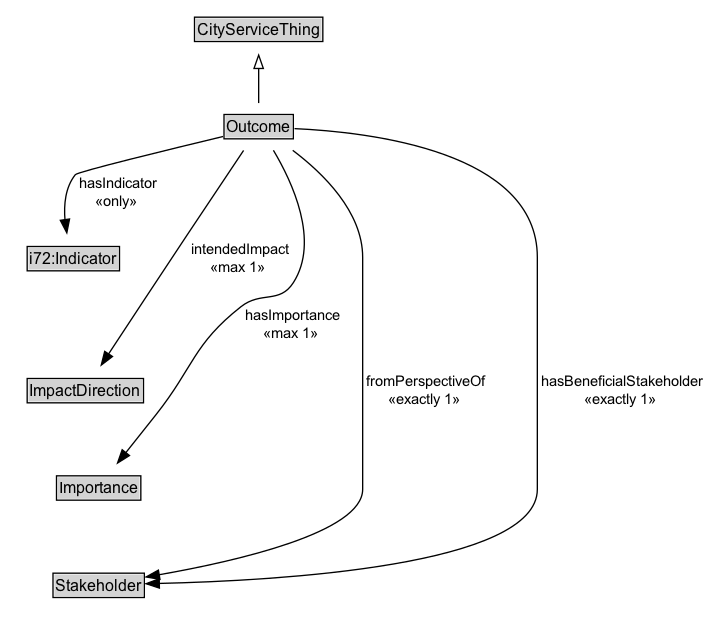
The Graphviz diagram docs/diagrams/Outcome.dot.png in ISO-TC204/ontology-cdm-p2-v1, before a commit. Its source is kept beside it as docs/diagrams/Outcome.dot. Its diagram source:
```dot
digraph {
	graph [overlap=false rankdir=TB splines=true]
	node [fontname=Arial fontsize=12 margin=0 shape=none]
	edge [fontname=Arial fontsize=11]
	{
		rank=max
		Outcome [label=<<TABLE BORDER="1" CELLBORDER="0" CELLSPACING="0" CELLPADDING="1"><TR><TD BGCOLOR="lightgray" ALIGN="CENTER" PORT="e">Outcome</TD></TR></TABLE>> URL="../Outcome.md" margin=0]
	}
	subgraph cluster_associated {
		label="" style=invis
		Invis [label=<<TABLE BORDER="0" CELLBORDER="0" CELLSPACING="0" CELLPADDING="1"><TR><TD></TD></TR></TABLE>> margin=0 style=invis]
		i72_Indicator [label=<<TABLE BORDER="1" CELLBORDER="0" CELLSPACING="0" CELLPADDING="1"><TR><TD BGCOLOR="lightgray" ALIGN="CENTER">i72:Indicator</TD></TR></TABLE>> margin=0]
		ImpactDirection [label=<<TABLE BORDER="1" CELLBORDER="0" CELLSPACING="0" CELLPADDING="1"><TR><TD BGCOLOR="lightgray" ALIGN="CENTER">ImpactDirection</TD></TR></TABLE>> URL="../ImpactDirection.md" margin=0]
		Importance [label=<<TABLE BORDER="1" CELLBORDER="0" CELLSPACING="0" CELLPADDING="1"><TR><TD BGCOLOR="lightgray" ALIGN="CENTER">Importance</TD></TR></TABLE>> URL="../Importance.md" margin=0]
		Stakeholder [label=<<TABLE BORDER="1" CELLBORDER="0" CELLSPACING="0" CELLPADDING="1"><TR><TD BGCOLOR="lightgray" ALIGN="CENTER">Stakeholder</TD></TR></TABLE>> URL="../Stakeholder.md" margin=0]
	}
	CityServiceThing [label=<<TABLE BORDER="1" CELLBORDER="0" CELLSPACING="0" CELLPADDING="1"><TR><TD BGCOLOR="lightgray" ALIGN="CENTER">CityServiceThing</TD></TR></TABLE>> URL="../CityServiceThing.md" margin=0]
	Outcome -> CityServiceThing [arrowhead=onormal style=solid]
	Outcome -> Invis [style=invis]
	Invis -> i72_Indicator [style=invis]
	i72_Indicator -> ImpactDirection [style=invis]
	ImpactDirection -> Importance [style=invis]
	Importance -> Stakeholder [style=invis]
	Outcome -> i72_Indicator [label=" hasIndicator
 «only»  " arrowhead=normal style=solid]
	Outcome -> Stakeholder [label=" fromPerspectiveOf
 «exactly 1»  " arrowhead=normal style=solid]
	Outcome -> Stakeholder [label=" hasBeneficialStakeholder
 «exactly 1»  " arrowhead=normal style=solid]
	Outcome -> Importance [label=" hasImportance
 «max 1»  " arrowhead=normal style=solid]
	Outcome -> ImpactDirection [label=" intendedImpact
 «max 1»  " arrowhead=normal style=solid]
}
```
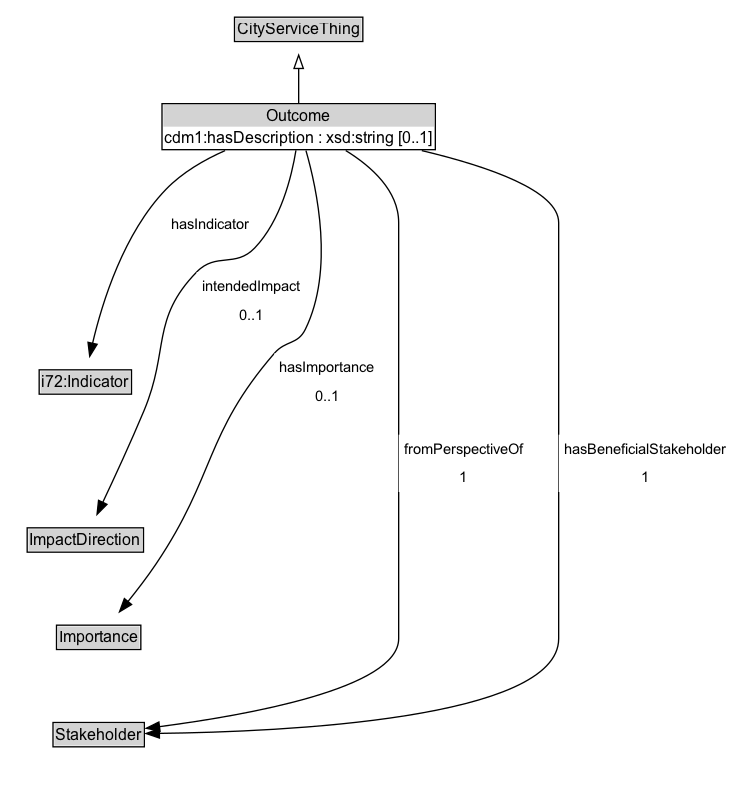
The same file after the commit.

What changed in the source:
```diff
@@ -3,32 +3,34 @@
 	node [fontname=Arial fontsize=12 margin=0 shape=none]
 	edge [fontname=Arial fontsize=11]
 	{
+		rank=source
+		CityServiceThing [label=<<TABLE BORDER="1" CELLBORDER="0" CELLSPACING="0" CELLPADDING="1"><TR><TD BGCOLOR="lightgray" ALIGN="CENTER">CityServiceThing</TD></TR></TABLE>> URL="../CityServiceThing" margin=0]
+	}
+	Outcome [label=<<TABLE BORDER="1" CELLBORDER="0" CELLSPACING="0" CELLPADDING="1"><TR><TD BGCOLOR="lightgray" ALIGN="CENTER">Outcome</TD></TR><TR><TD ALIGN="LEFT">cdm1:hasDescription : xsd:string [0..1]</TD></TR></TABLE>> URL="../Outcome" margin=0]
+	{
 		rank=max
-		Outcome [label=<<TABLE BORDER="1" CELLBORDER="0" CELLSPACING="0" CELLPADDING="1"><TR><TD BGCOLOR="lightgray" ALIGN="CENTER" PORT="e">Outcome</TD></TR></TABLE>> URL="../Outcome.md" margin=0]
 	}
 	subgraph cluster_associated {
 		label="" style=invis
 		Invis [label=<<TABLE BORDER="0" CELLBORDER="0" CELLSPACING="0" CELLPADDING="1"><TR><TD></TD></TR></TABLE>> margin=0 style=invis]
-		i72_Indicator [label=<<TABLE BORDER="1" CELLBORDER="0" CELLSPACING="0" CELLPADDING="1"><TR><TD BGCOLOR="lightgray" ALIGN="CENTER">i72:Indicator</TD></TR></TABLE>> margin=0]
-		ImpactDirection [label=<<TABLE BORDER="1" CELLBORDER="0" CELLSPACING="0" CELLPADDING="1"><TR><TD BGCOLOR="lightgray" ALIGN="CENTER">ImpactDirection</TD></TR></TABLE>> URL="../ImpactDirection.md" margin=0]
-		Importance [label=<<TABLE BORDER="1" CELLBORDER="0" CELLSPACING="0" CELLPADDING="1"><TR><TD BGCOLOR="lightgray" ALIGN="CENTER">Importance</TD></TR></TABLE>> URL="../Importance.md" margin=0]
-		Stakeholder [label=<<TABLE BORDER="1" CELLBORDER="0" CELLSPACING="0" CELLPADDING="1"><TR><TD BGCOLOR="lightgray" ALIGN="CENTER">Stakeholder</TD></TR></TABLE>> URL="../Stakeholder.md" margin=0]
+		i72_Indicator [label=<<TABLE BORDER="1" CELLBORDER="0" CELLSPACING="0" CELLPADDING="1"><TR><TD BGCOLOR="lightgray" ALIGN="CENTER">i72:Indicator</TD></TR></TABLE>> URL="https://w3id.org/citydata/21972/v1/Indicator" margin=0]
+		ImpactDirection [label=<<TABLE BORDER="1" CELLBORDER="0" CELLSPACING="0" CELLPADDING="1"><TR><TD BGCOLOR="lightgray" ALIGN="CENTER">ImpactDirection</TD></TR></TABLE>> URL="../ImpactDirection" margin=0]
+		Importance [label=<<TABLE BORDER="1" CELLBORDER="0" CELLSPACING="0" CELLPADDING="1"><TR><TD BGCOLOR="lightgray" ALIGN="CENTER">Importance</TD></TR></TABLE>> URL="../Importance" margin=0]
+		Stakeholder [label=<<TABLE BORDER="1" CELLBORDER="0" CELLSPACING="0" CELLPADDING="1"><TR><TD BGCOLOR="lightgray" ALIGN="CENTER">Stakeholder</TD></TR></TABLE>> URL="../Stakeholder" margin=0]
 	}
-	CityServiceThing [label=<<TABLE BORDER="1" CELLBORDER="0" CELLSPACING="0" CELLPADDING="1"><TR><TD BGCOLOR="lightgray" ALIGN="CENTER">CityServiceThing</TD></TR></TABLE>> URL="../CityServiceThing.md" margin=0]
 	Outcome -> CityServiceThing [arrowhead=onormal style=solid]
 	Outcome -> Invis [style=invis]
 	Invis -> i72_Indicator [style=invis]
 	i72_Indicator -> ImpactDirection [style=invis]
 	ImpactDirection -> Importance [style=invis]
 	Importance -> Stakeholder [style=invis]
-	Outcome -> i72_Indicator [label=" hasIndicator
- «only»  " arrowhead=normal style=solid]
-	Outcome -> Stakeholder [label=" fromPerspectiveOf
- «exactly 1»  " arrowhead=normal style=solid]
-	Outcome -> Stakeholder [label=" hasBeneficialStakeholder
- «exactly 1»  " arrowhead=normal style=solid]
-	Outcome -> Importance [label=" hasImportance
- «max 1»  " arrowhead=normal style=solid]
-	Outcome -> ImpactDirection [label=" intendedImpact
- «max 1»  " arrowhead=normal style=solid]
+	Stakeholder [label=<<TABLE BORDER="1" CELLBORDER="0" CELLSPACING="0" CELLPADDING="1"><TR><TD BGCOLOR="lightgray" ALIGN="CENTER">Stakeholder</TD></TR></TABLE>> URL="../Stakeholder" margin=0]
+	Outcome -> Stakeholder [label=<<TABLE BORDER="0" CELLBORDER="0" CELLSPACING="0" CELLPADDING="4" BGCOLOR="white"><TR><TD ALIGN="CENTER">fromPerspectiveOf</TD></TR><TR><TD ALIGN="CENTER">1</TD></TR></TABLE>> arrowhead=normal style=solid]
+	Importance [label=<<TABLE BORDER="1" CELLBORDER="0" CELLSPACING="0" CELLPADDING="1"><TR><TD BGCOLOR="lightgray" ALIGN="CENTER">Importance</TD></TR></TABLE>> URL="../Importance" margin=0]
+	Outcome -> Importance [label=<<TABLE BORDER="0" CELLBORDER="0" CELLSPACING="0" CELLPADDING="4" BGCOLOR="white"><TR><TD ALIGN="CENTER">hasImportance</TD></TR><TR><TD ALIGN="CENTER">0..1</TD></TR></TABLE>> arrowhead=normal style=solid]
+	ImpactDirection [label=<<TABLE BORDER="1" CELLBORDER="0" CELLSPACING="0" CELLPADDING="1"><TR><TD BGCOLOR="lightgray" ALIGN="CENTER">ImpactDirection</TD></TR></TABLE>> URL="../ImpactDirection" margin=0]
+	Outcome -> ImpactDirection [label=<<TABLE BORDER="0" CELLBORDER="0" CELLSPACING="0" CELLPADDING="4" BGCOLOR="white"><TR><TD ALIGN="CENTER">intendedImpact</TD></TR><TR><TD ALIGN="CENTER">0..1</TD></TR></TABLE>> arrowhead=normal style=solid]
+	i72_Indicator [label=<<TABLE BORDER="1" CELLBORDER="0" CELLSPACING="0" CELLPADDING="1"><TR><TD BGCOLOR="lightgray" ALIGN="CENTER">i72:Indicator</TD></TR></TABLE>> URL="https://w3id.org/citydata/21972/v1/Indicator" margin=0]
+	Outcome -> i72_Indicator [label=<<TABLE BORDER="0" CELLBORDER="0" CELLSPACING="0" CELLPADDING="4" BGCOLOR="white"><TR><TD ALIGN="CENTER">hasIndicator</TD></TR></TABLE>> arrowhead=normal style=solid]
+	Outcome -> Stakeholder [label=<<TABLE BORDER="0" CELLBORDER="0" CELLSPACING="0" CELLPADDING="4" BGCOLOR="white"><TR><TD ALIGN="CENTER">hasBeneficialStakeholder</TD></TR><TR><TD ALIGN="CENTER">1</TD></TR></TABLE>> arrowhead=normal style=solid]
 }
```
